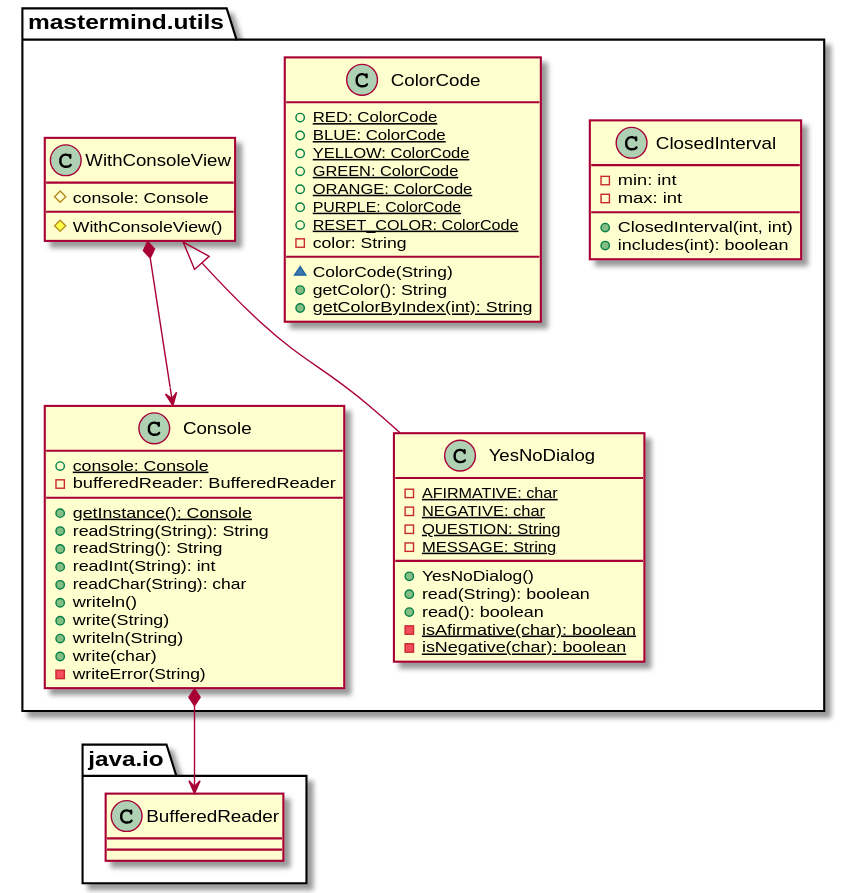
This is domainModel/docs/diagrams/out/paquetes/usantatecla.utils.svg from SantaTecla-mastermind/solution.java.swing.socket.sql, a PlantUML export, as it was before one commit.
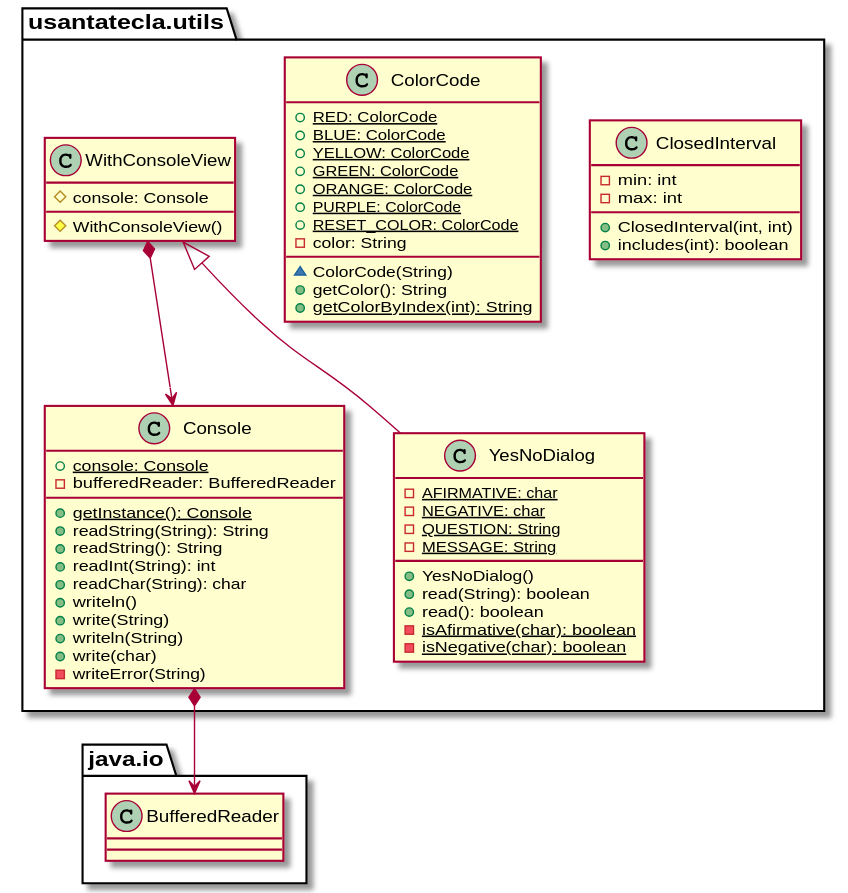
The same diagram one commit later.

Commit message:
domainModel diagrams finished #2

Change to the diagram source:
```diff
@@ -1,12 +1,12 @@
 @startuml
-class  mastermind.utils.ClosedInterval{
+class  usantatecla.utils.ClosedInterval{
 - min: int
 - max: int
 + ClosedInterval(int, int)
 + includes(int): boolean
 }
 
-class  mastermind.utils.ColorCode{
+class  usantatecla.utils.ColorCode{
 + {static} RED: ColorCode
 + {static} BLUE: ColorCode
 + {static} YELLOW: ColorCode
@@ -20,7 +20,7 @@
 + {static} getColorByIndex(int): String
 }
 
-class  mastermind.utils.Console{
+class  usantatecla.utils.Console{
 + {static} console: Console
 - bufferedReader: BufferedReader
 + {static} getInstance(): Console
@@ -34,15 +34,15 @@
 + write(char)
 - writeError(String)
 }
-mastermind.utils.Console *-down-> java.io.BufferedReader
+usantatecla.utils.Console *-down-> java.io.BufferedReader
 
-class  mastermind.utils.WithConsoleView{
+class  usantatecla.utils.WithConsoleView{
 # console: Console
 # WithConsoleView()
 }
-mastermind.utils.WithConsoleView *-down-> mastermind.utils.Console
+usantatecla.utils.WithConsoleView *-down-> usantatecla.utils.Console
 
-class  mastermind.utils.YesNoDialog{
+class  usantatecla.utils.YesNoDialog{
 - {static} AFIRMATIVE: char
 - {static} NEGATIVE: char
 - {static} QUESTION: String
@@ -53,5 +53,5 @@
 - {static} isAfirmative(char): boolean
 - {static} isNegative(char): boolean
 }
-mastermind.utils.WithConsoleView <|-down- mastermind.utils.YesNoDialog
+usantatecla.utils.WithConsoleView <|-down- usantatecla.utils.YesNoDialog
 @enduml
```
